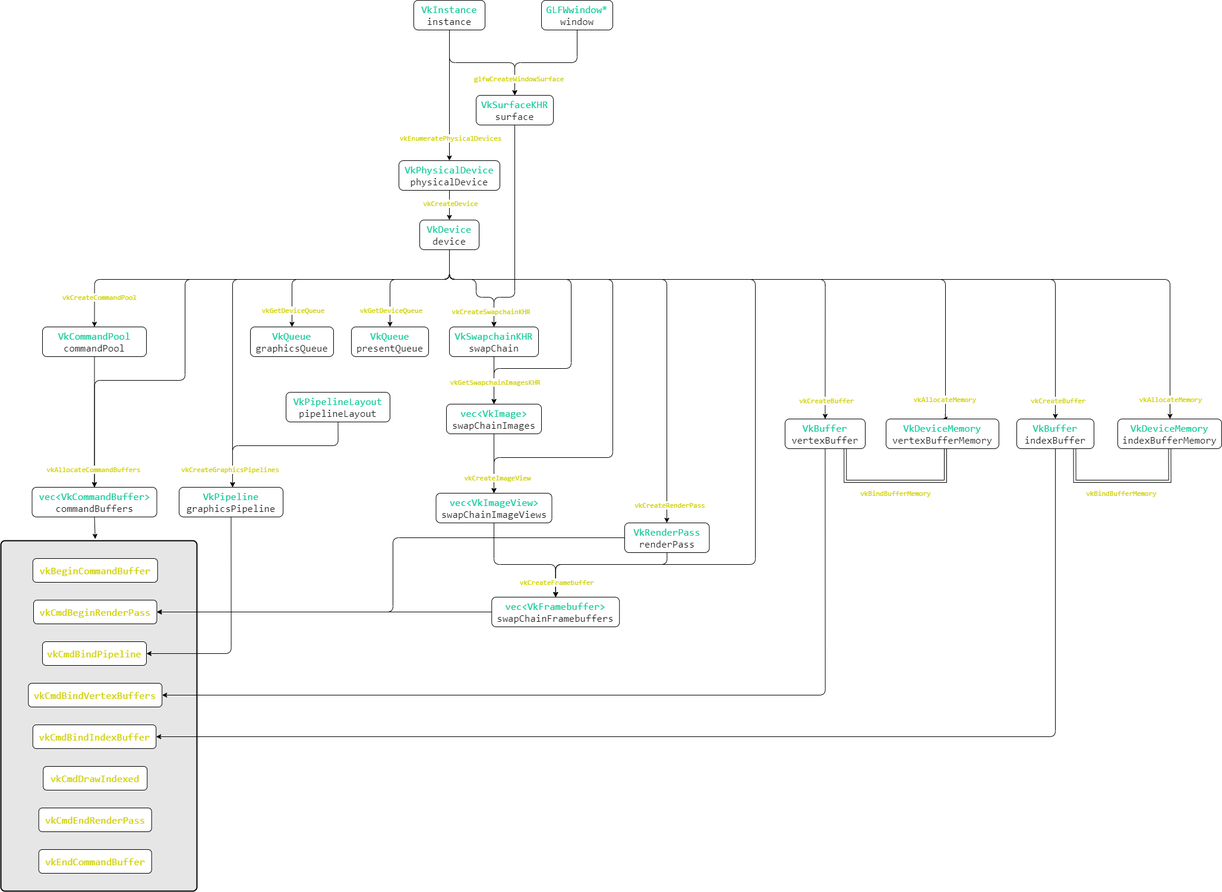
Before: Vulkan_Relation_Graph.png, a diagram exported from draw.io (hooyuser/Vulkan_Relation_Graph). Source tidied: cells renumbered, new cells last; positions are measured from the earlier drawing's top-left corner, leaving out a move shared by most shapes.
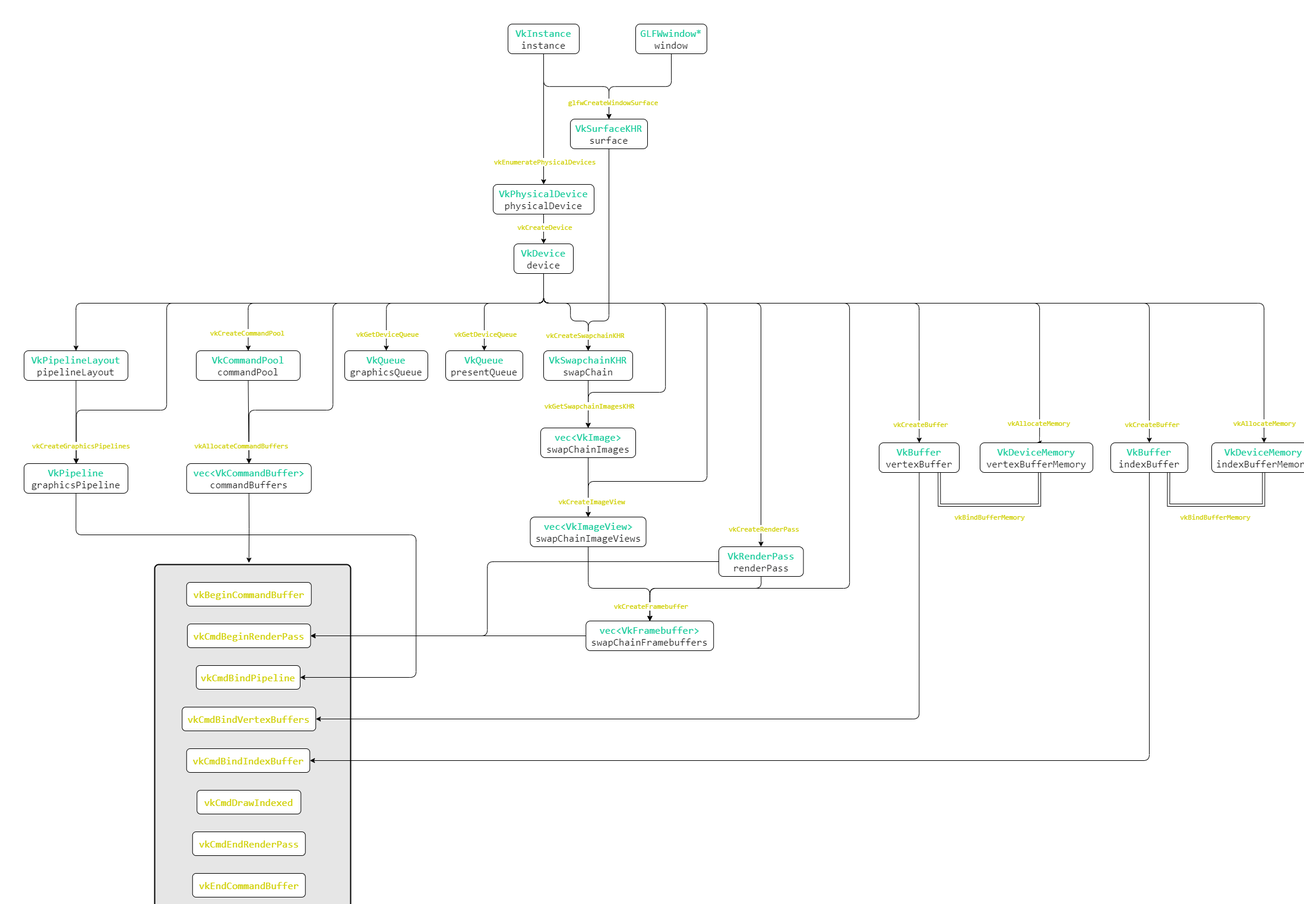
After the commit.

The edit, as a diff of the source:
```diff
@@ -3,7 +3,7 @@
     <mxCell id="0" />
     <mxCell id="1" parent="0" />
     <mxCell id="2" style="rounded=1;whiteSpace=wrap;html=1;absoluteArcSize=1;arcSize=14;strokeWidth=2;fillColor=#E6E6E6;" parent="1" vertex="1">
-      <mxGeometry y="910" width="330" height="590" as="geometry" />
+      <mxGeometry x="100" y="910" width="330" height="590" as="geometry" />
     </mxCell>
     <mxCell id="3" style="edgeStyle=orthogonalEdgeStyle;rounded=1;jettySize=auto;html=1;exitX=0.5;exitY=1;exitDx=0;exitDy=0;" parent="1" edge="1" source="5" target="7">
       <mxGeometry relative="1" as="geometry" />
@@ -110,7 +110,9 @@
       <mxGeometry relative="1" as="geometry">
         <Array as="points">
           <mxPoint x="755" y="470" />
-          <mxPoint x="390" y="470" />
+          <mxPoint x="120" y="470" />
+          <mxPoint x="120" y="650" />
+          <mxPoint x="-32" y="650" />
         </Array>
       </mxGeometry>
     </mxCell>
@@ -118,7 +120,7 @@
       <mxGeometry relative="1" as="geometry">
         <Array as="points">
           <mxPoint x="755" y="470" />
-          <mxPoint x="158" y="470" />
+          <mxPoint x="258" y="470" />
         </Array>
       </mxGeometry>
     </mxCell>
@@ -143,9 +145,9 @@
       <mxGeometry relative="1" as="geometry">
         <Array as="points">
           <mxPoint x="755" y="470" />
-          <mxPoint x="310" y="470" />
-          <mxPoint x="310" y="640" />
-          <mxPoint x="158" y="640" />
+          <mxPoint x="400" y="470" />
+          <mxPoint x="400" y="650" />
+          <mxPoint x="259" y="650" />
         </Array>
       </mxGeometry>
     </mxCell>
@@ -165,6 +167,14 @@
         </Array>
       </mxGeometry>
     </mxCell>
+    <mxCell id="83" style="edgeStyle=orthogonalEdgeStyle;rounded=1;sketch=0;jettySize=auto;html=1;exitX=0.5;exitY=1;exitDx=0;exitDy=0;entryX=0.5;entryY=0;entryDx=0;entryDy=0;shadow=0;strokeColor=#000000;" parent="1" edge="1" source="27" target="59">
+      <mxGeometry relative="1" as="geometry">
+        <Array as="points">
+          <mxPoint x="755" y="470" />
+          <mxPoint x="-32" y="470" />
+        </Array>
+      </mxGeometry>
+    </mxCell>
     <mxCell id="27" value="&lt;font face=&quot;Consolas&quot;&gt;&lt;font color=&quot;#10c997&quot;&gt;&lt;span style=&quot;font-size: 17px&quot;&gt;VkDevice&lt;/span&gt;&lt;/font&gt;&lt;br&gt;&lt;font color=&quot;#1a1a1a&quot;&gt;&lt;span style=&quot;font-size: 17px&quot;&gt;device&lt;/span&gt;&lt;/font&gt;&lt;br&gt;&lt;/font&gt;" style="rounded=1;whiteSpace=wrap;html=1;" parent="1" vertex="1">
       <mxGeometry x="705" y="370" width="100" height="50" as="geometry" />
     </mxCell>
@@ -249,10 +259,16 @@
       <mxGeometry x="1050" y="880" width="142.5" height="50" as="geometry" />
     </mxCell>
     <mxCell id="47" style="edgeStyle=orthogonalEdgeStyle;rounded=1;jettySize=auto;html=1;exitX=0.5;exitY=1;exitDx=0;exitDy=0;entryX=1;entryY=0.5;entryDx=0;entryDy=0;" parent="1" edge="1" source="48" target="74">
-      <mxGeometry relative="1" as="geometry" />
+      <mxGeometry relative="1" as="geometry">
+        <Array as="points">
+          <mxPoint x="-33" y="860" />
+          <mxPoint x="540" y="860" />
+          <mxPoint x="540" y="1100" />
+        </Array>
+      </mxGeometry>
     </mxCell>
     <mxCell id="48" value="&lt;font face=&quot;Consolas&quot;&gt;&lt;font color=&quot;#10c997&quot;&gt;&lt;span style=&quot;font-size: 17px&quot;&gt;VkPipeline&lt;/span&gt;&lt;/font&gt;&lt;br&gt;&lt;font color=&quot;#1a1a1a&quot;&gt;&lt;span style=&quot;font-size: 17px&quot;&gt;graphicsPipeline&lt;/span&gt;&lt;/font&gt;&lt;br&gt;&lt;/font&gt;" style="rounded=1;whiteSpace=wrap;html=1;" parent="1" vertex="1">
-      <mxGeometry x="300" y="820" width="175" height="50" as="geometry" />
+      <mxGeometry x="-120" y="740" width="175" height="50" as="geometry" />
     </mxCell>
     <mxCell id="49" style="edgeStyle=orthogonalEdgeStyle;rounded=0;jettySize=auto;html=1;exitX=0;exitY=0.5;exitDx=0;exitDy=0;entryX=1;entryY=0.5;entryDx=0;entryDy=0;" parent="1" edge="1" source="50" target="73">
       <mxGeometry relative="1" as="geometry" />
@@ -266,7 +282,7 @@
       </mxGeometry>
     </mxCell>
     <mxCell id="52" value="&lt;font color=&quot;#cfcf00&quot; face=&quot;Consolas&quot;&gt;&lt;span style=&quot;font-size: 11px&quot;&gt;vkCreateCommandPool&lt;/span&gt;&lt;/font&gt;" style="edgeLabel;html=1;align=center;verticalAlign=middle;" parent="1" vertex="1">
-      <mxGeometry x="190" y="440" as="geometry">
+      <mxGeometry x="280" y="460" as="geometry">
         <mxPoint x="-26" y="58" as="offset" />
       </mxGeometry>
     </mxCell>
@@ -286,25 +302,23 @@
       </mxGeometry>
     </mxCell>
     <mxCell id="56" style="edgeStyle=orthogonalEdgeStyle;rounded=0;jettySize=auto;html=1;exitX=0.5;exitY=1;exitDx=0;exitDy=0;entryX=0.5;entryY=0;entryDx=0;entryDy=0;" parent="1" edge="1" source="57" target="70">
-      <mxGeometry relative="1" as="geometry" />
+      <mxGeometry relative="1" as="geometry">
+        <Array as="points">
+          <mxPoint x="259" y="600" />
+        </Array>
+      </mxGeometry>
     </mxCell>
     <mxCell id="57" value="&lt;font face=&quot;Consolas&quot;&gt;&lt;font color=&quot;#10c997&quot;&gt;&lt;span style=&quot;font-size: 17px&quot;&gt;VkCommandPool&lt;/span&gt;&lt;/font&gt;&lt;br&gt;&lt;font color=&quot;#1a1a1a&quot;&gt;&lt;span style=&quot;font-size: 17px&quot;&gt;commandPool&lt;/span&gt;&lt;/font&gt;&lt;br&gt;&lt;/font&gt;" style="rounded=1;whiteSpace=wrap;html=1;" parent="1" vertex="1">
-      <mxGeometry x="70" y="550" width="175" height="50" as="geometry" />
+      <mxGeometry x="170" y="550" width="175" height="50" as="geometry" />
     </mxCell>
-    <mxCell id="58" style="edgeStyle=orthogonalEdgeStyle;rounded=1;jettySize=auto;html=1;exitX=0.5;exitY=1;exitDx=0;exitDy=0;" parent="1" edge="1" source="59">
-      <mxGeometry relative="1" as="geometry">
-        <mxPoint x="390" y="820" as="targetPoint" />
-        <Array as="points">
-          <mxPoint x="568" y="750" />
-          <mxPoint x="390" y="750" />
-        </Array>
-      </mxGeometry>
-    </mxCell>
+    <mxCell id="84" style="edgeStyle=orthogonalEdgeStyle;rounded=1;sketch=0;jettySize=auto;html=1;exitX=0.5;exitY=1;exitDx=0;exitDy=0;shadow=0;strokeColor=#000000;" parent="1" edge="1" source="59" target="48">
+      <mxGeometry relative="1" as="geometry" />
+    </mxCell>
     <mxCell id="59" value="&lt;font face=&quot;Consolas&quot;&gt;&lt;font color=&quot;#10c997&quot;&gt;&lt;span style=&quot;font-size: 17px&quot;&gt;VkPipelineLayout&lt;/span&gt;&lt;/font&gt;&lt;br&gt;&lt;font color=&quot;#1a1a1a&quot;&gt;&lt;span style=&quot;font-size: 17px&quot;&gt;pipelineLayout&lt;/span&gt;&lt;/font&gt;&lt;br&gt;&lt;/font&gt;" style="rounded=1;whiteSpace=wrap;html=1;" parent="1" vertex="1">
-      <mxGeometry x="480" y="660" width="175" height="50" as="geometry" />
+      <mxGeometry x="-120" y="550" width="175" height="50" as="geometry" />
     </mxCell>
     <mxCell id="60" value="&lt;font color=&quot;#cfcf00&quot; face=&quot;Consolas&quot;&gt;&lt;span style=&quot;font-size: 11px&quot;&gt;vkCreateGraphicsPipelines&lt;/span&gt;&lt;/font&gt;" style="edgeLabel;html=1;align=center;verticalAlign=middle;" parent="1" vertex="1">
-      <mxGeometry x="410" y="730" as="geometry">
+      <mxGeometry y="650" as="geometry">
         <mxPoint x="-26" y="58" as="offset" />
       </mxGeometry>
     </mxCell>
@@ -350,36 +364,36 @@
       <mxGeometry relative="1" as="geometry" />
     </mxCell>
     <mxCell id="70" value="&lt;font face=&quot;Consolas&quot;&gt;&lt;font color=&quot;#10c997&quot;&gt;&lt;span style=&quot;font-size: 17px&quot;&gt;vec&amp;lt;VkCommandBuffer&amp;gt;&lt;/span&gt;&lt;/font&gt;&lt;br&gt;&lt;font color=&quot;#1a1a1a&quot;&gt;&lt;span style=&quot;font-size: 17px&quot;&gt;commandBuffers&lt;/span&gt;&lt;/font&gt;&lt;br&gt;&lt;/font&gt;" style="rounded=1;whiteSpace=wrap;html=1;" parent="1" vertex="1">
-      <mxGeometry x="52.5" y="820" width="210" height="50" as="geometry" />
+      <mxGeometry x="153.8" y="740" width="210" height="50" as="geometry" />
     </mxCell>
     <mxCell id="71" value="&lt;font color=&quot;#cfcf00&quot; face=&quot;Consolas&quot;&gt;&lt;span style=&quot;font-size: 11px&quot;&gt;vkAllocateCommandBuffers&lt;/span&gt;&lt;/font&gt;" style="edgeLabel;html=1;align=center;verticalAlign=middle;" parent="1" vertex="1">
-      <mxGeometry x="180" y="730" as="geometry">
+      <mxGeometry x="270" y="650" as="geometry">
         <mxPoint x="-26" y="58" as="offset" />
       </mxGeometry>
     </mxCell>
     <mxCell id="72" value="&lt;span style=&quot;color: rgb(207 , 207 , 0) ; font-family: &amp;#34;consolas&amp;#34; ; font-size: 17px ; background-color: rgb(255 , 255 , 255)&quot;&gt;vkBeginCommandBuffer&lt;/span&gt;&lt;font face=&quot;Consolas&quot;&gt;&lt;br&gt;&lt;/font&gt;" style="rounded=1;whiteSpace=wrap;html=1;" parent="1" vertex="1">
-      <mxGeometry x="53.8" y="940" width="210" height="40" as="geometry" />
+      <mxGeometry x="153.8" y="940" width="210" height="40" as="geometry" />
     </mxCell>
     <mxCell id="73" value="&lt;span style=&quot;color: rgb(207 , 207 , 0) ; font-family: &amp;#34;consolas&amp;#34; ; font-size: 17px ; background-color: rgb(255 , 255 , 255)&quot;&gt;vkCmdBeginRenderPass&lt;/span&gt;&lt;font face=&quot;Consolas&quot;&gt;&lt;br&gt;&lt;/font&gt;" style="rounded=1;whiteSpace=wrap;html=1;" parent="1" vertex="1">
-      <mxGeometry x="55" y="1010" width="207.5" height="40" as="geometry" />
+      <mxGeometry x="155" y="1010" width="207.5" height="40" as="geometry" />
     </mxCell>
     <mxCell id="74" value="&lt;font color=&quot;#cfcf00&quot; face=&quot;consolas&quot;&gt;&lt;span style=&quot;font-size: 17px&quot;&gt;vkCmdBindPipeline&lt;/span&gt;&lt;/font&gt;" style="rounded=1;whiteSpace=wrap;html=1;" parent="1" vertex="1">
-      <mxGeometry x="70" y="1080" width="175" height="40" as="geometry" />
+      <mxGeometry x="170" y="1080" width="175" height="40" as="geometry" />
     </mxCell>
     <mxCell id="75" value="&lt;font color=&quot;#cfcf00&quot; face=&quot;consolas&quot;&gt;&lt;span style=&quot;font-size: 17px&quot;&gt;vkCmdBindVertexBuffers&lt;/span&gt;&lt;/font&gt;" style="rounded=1;whiteSpace=wrap;html=1;" parent="1" vertex="1">
-      <mxGeometry x="46.2" y="1150" width="225" height="40" as="geometry" />
+      <mxGeometry x="146.2" y="1150" width="225" height="40" as="geometry" />
     </mxCell>
     <mxCell id="76" value="&lt;font color=&quot;#cfcf00&quot; face=&quot;consolas&quot;&gt;&lt;span style=&quot;font-size: 17px&quot;&gt;vkCmdBindIndexBuffer&lt;/span&gt;&lt;/font&gt;" style="rounded=1;whiteSpace=wrap;html=1;" parent="1" vertex="1">
-      <mxGeometry x="53.8" y="1220" width="207.5" height="40" as="geometry" />
+      <mxGeometry x="153.8" y="1220" width="207.5" height="40" as="geometry" />
     </mxCell>
     <mxCell id="77" value="&lt;font color=&quot;#cfcf00&quot; face=&quot;consolas&quot;&gt;&lt;span style=&quot;font-size: 17px&quot;&gt;vkCmdDrawIndexed&lt;/span&gt;&lt;/font&gt;" style="rounded=1;whiteSpace=wrap;html=1;" parent="1" vertex="1">
-      <mxGeometry x="71.2" y="1290" width="175" height="40" as="geometry" />
+      <mxGeometry x="171.2" y="1290" width="175" height="40" as="geometry" />
     </mxCell>
     <mxCell id="78" value="&lt;font color=&quot;#cfcf00&quot; face=&quot;consolas&quot;&gt;&lt;span style=&quot;font-size: 17px&quot;&gt;vkCmdEndRenderPass&lt;/span&gt;&lt;/font&gt;" style="rounded=1;whiteSpace=wrap;html=1;" parent="1" vertex="1">
-      <mxGeometry x="63.8" y="1360" width="190" height="40" as="geometry" />
+      <mxGeometry x="163.8" y="1360" width="190" height="40" as="geometry" />
     </mxCell>
     <mxCell id="79" value="&lt;font color=&quot;#cfcf00&quot; face=&quot;consolas&quot;&gt;&lt;span style=&quot;font-size: 17px&quot;&gt;vkEndCommandBuffer&lt;/span&gt;&lt;/font&gt;" style="rounded=1;whiteSpace=wrap;html=1;" parent="1" vertex="1">
-      <mxGeometry x="63.8" y="1430" width="190" height="40" as="geometry" />
+      <mxGeometry x="163.8" y="1430" width="190" height="40" as="geometry" />
     </mxCell>
     <mxCell id="80" value="&lt;font color=&quot;#cfcf00&quot; face=&quot;Consolas&quot;&gt;&lt;span style=&quot;font-size: 11px&quot;&gt;vkCreateBuffer&lt;/span&gt;&lt;/font&gt;" style="edgeLabel;html=1;align=center;verticalAlign=middle;" parent="1" vertex="1">
       <mxGeometry x="1770" y="680" as="geometry">
```
